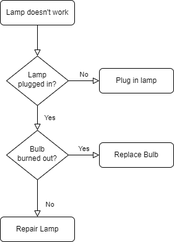
KirillBaboshko/LAB_VP_8 keeps this draw.io diagram as LAB_VP_8_2_2.png. Above is the earlier version. Source tidied: cells renumbered, new cells last; positions are measured from the earlier drawing's top-left corner, leaving out a move shared by most shapes.
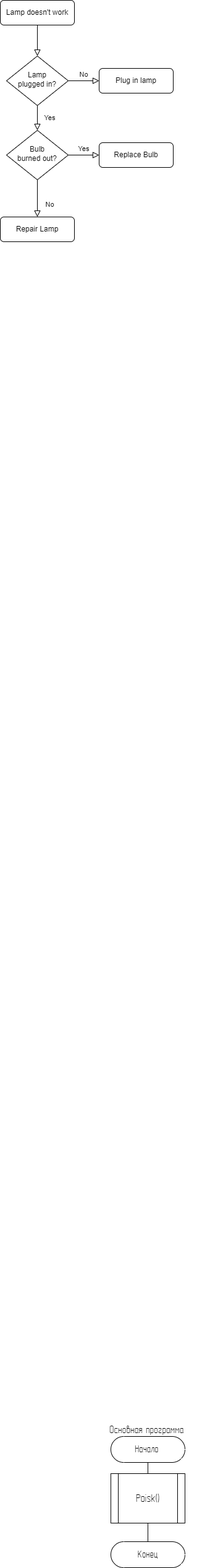
Later version of the same file.

Change to the diagram source:
```diff
@@ -35,5 +35,28 @@
     <mxCell id="12" value="Replace Bulb" style="rounded=1;whiteSpace=wrap;html=1;fontSize=12;glass=0;strokeWidth=1;shadow=0;" parent="1" vertex="1">
       <mxGeometry x="160" y="230" width="120" height="40" as="geometry" />
     </mxCell>
+    <mxCell id="13" value="&lt;font style=&quot;font-size: 16px;&quot;&gt;Начало&amp;nbsp;&lt;/font&gt;" style="html=1;dashed=0;whiteSpace=wrap;shape=mxgraph.dfd.start;fontFamily=GOST type A;" parent="1" vertex="1">
+      <mxGeometry x="179" y="2320" width="120" height="42" as="geometry" />
+    </mxCell>
+    <mxCell id="14" style="endArrow=none;html=1;rounded=0;exitX=0.5;exitY=1;exitDx=0;exitDy=0;entryX=0.5;entryY=0;entryDx=0;entryDy=0;" parent="1" edge="1">
+      <mxGeometry relative="1" as="geometry">
+        <mxPoint x="239" y="2362" as="sourcePoint" />
+        <mxPoint x="239" y="2382" as="targetPoint" />
+      </mxGeometry>
+    </mxCell>
+    <mxCell id="15" value="&lt;font style=&quot;font-size: 17px;&quot; face=&quot;GOST Type A&quot;&gt;Основная программа&amp;nbsp;&lt;/font&gt;" style="text;html=1;strokeColor=none;fillColor=none;align=center;verticalAlign=middle;whiteSpace=wrap;rounded=0;" parent="1" vertex="1">
+      <mxGeometry x="139" y="2300" width="200" height="20" as="geometry" />
+    </mxCell>
+    <mxCell id="16" value="&lt;div style=&quot;&quot;&gt;&lt;font style=&quot;font-size: 18px;&quot; face=&quot;GOST Type A&quot;&gt;Poisk()&lt;/font&gt;&lt;br&gt;&lt;/div&gt;" style="shape=process;whiteSpace=wrap;html=1;backgroundOutline=1;" parent="1" vertex="1">
+      <mxGeometry x="179" y="2380" width="120" height="80" as="geometry" />
+    </mxCell>
+    <mxCell id="17" style="endArrow=none;html=1;rounded=0;entryX=0.5;entryY=1;entryDx=0;entryDy=0;" parent="1" edge="1" target="16">
+      <mxGeometry relative="1" as="geometry">
+        <mxPoint x="239" y="2500" as="sourcePoint" />
+      </mxGeometry>
+    </mxCell>
+    <mxCell id="18" value="&lt;span style=&quot;font-size: 16px;&quot;&gt;Конец&lt;/span&gt;" style="html=1;dashed=0;whiteSpace=wrap;shape=mxgraph.dfd.start;fontFamily=GOST type A;" parent="1" vertex="1">
+      <mxGeometry x="179" y="2490" width="120" height="42" as="geometry" />
+    </mxCell>
   </root>
 </mxGraphModel>
```
